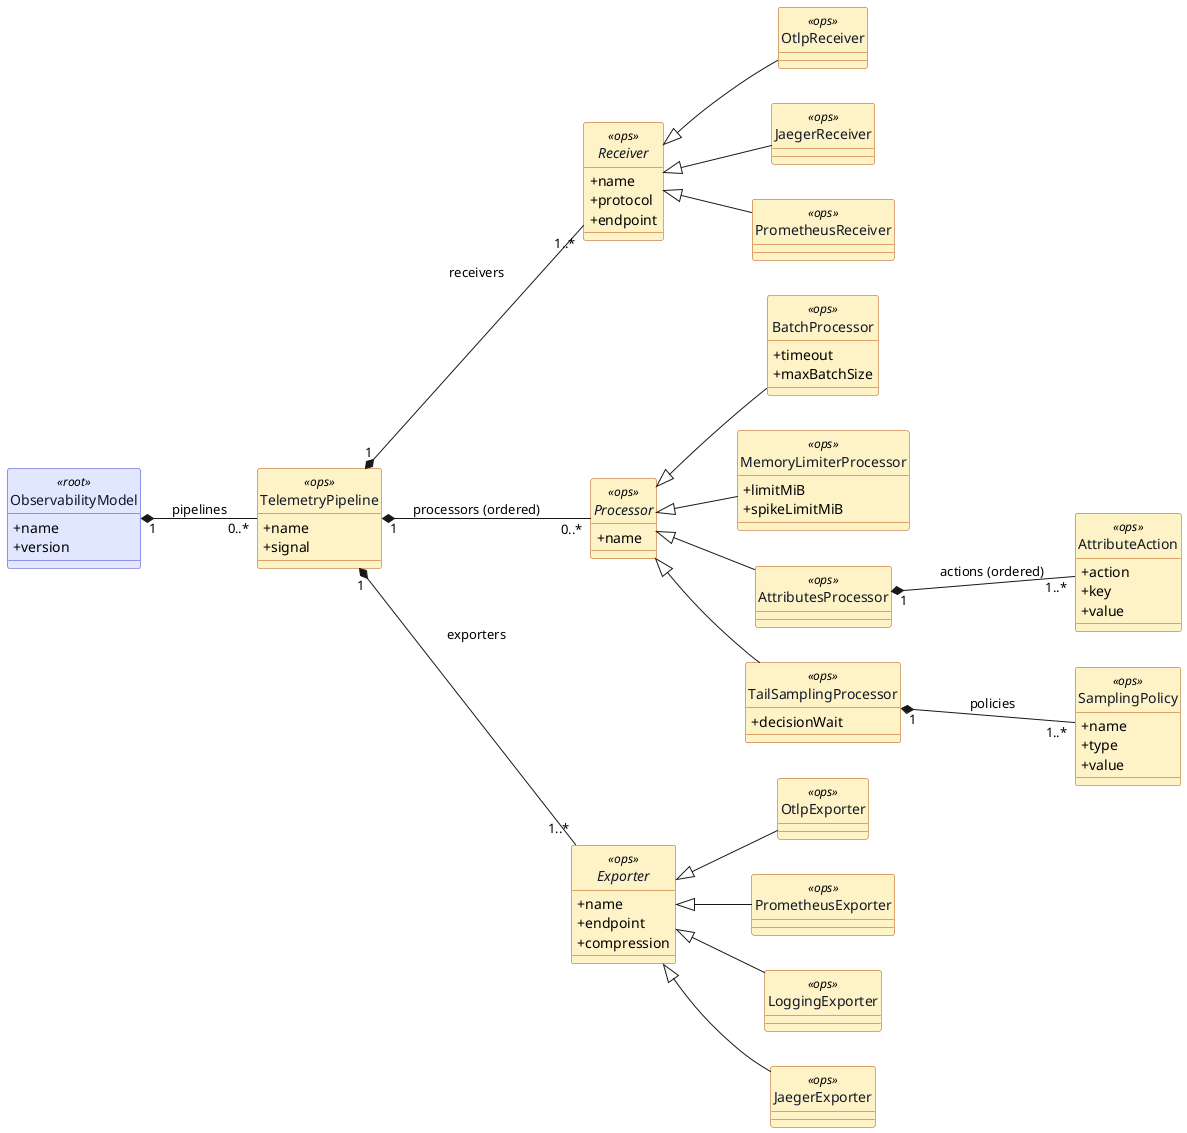
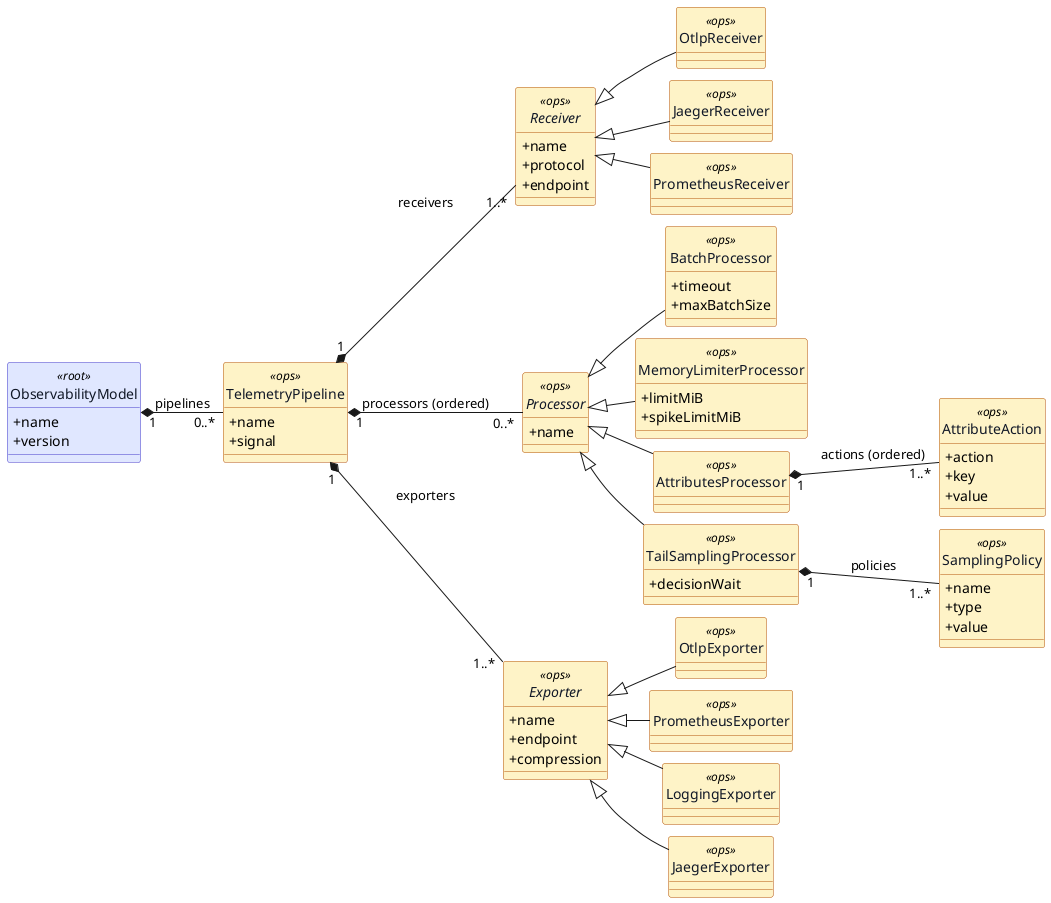
@startuml TelemetryPipelines
left to right direction
hide circle
skinparam classAttributeIconSize 0
skinparam shadowing false
+ skinparam nodesep 12
+ skinparam ranksep 25
skinparam class {
    BackgroundColor<<root>> #E0E7FF
    BorderColor<<root>>     #4338CA
    BackgroundColor<<ops>>  #FEF3C7
    BorderColor<<ops>>      #B45309
    FontColor               #111827
    HeaderBackgroundColor   transparent
}

class ObservabilityModel <<root>> {
    +name
    +version
}

class TelemetryPipeline <<ops>> {
    +name
    +signal
}

abstract class Receiver <<ops>> {
    +name
    +protocol
    +endpoint
}
class OtlpReceiver <<ops>>
class JaegerReceiver <<ops>>
class PrometheusReceiver <<ops>>

abstract class Processor <<ops>> {
    +name
}
class BatchProcessor <<ops>> {
    +timeout
    +maxBatchSize
}
class MemoryLimiterProcessor <<ops>> {
    +limitMiB
    +spikeLimitMiB
}
class AttributesProcessor <<ops>>
class TailSamplingProcessor <<ops>> {
    +decisionWait
}

abstract class Exporter <<ops>> {
    +name
    +endpoint
    +compression
}
class OtlpExporter <<ops>>
class PrometheusExporter <<ops>>
class LoggingExporter <<ops>>
class JaegerExporter <<ops>>

class AttributeAction <<ops>> {
    +action
    +key
    +value
}
class SamplingPolicy <<ops>> {
    +name
    +type
    +value
}

ObservabilityModel "1" *-- "0..*" TelemetryPipeline : pipelines

TelemetryPipeline "1" *-- "1..*" Receiver  : receivers
TelemetryPipeline "1" *-- "0..*" Processor : processors (ordered)
TelemetryPipeline "1" *-- "1..*" Exporter  : exporters

AttributesProcessor   "1" *-- "1..*" AttributeAction : actions (ordered)
TailSamplingProcessor "1" *-- "1..*" SamplingPolicy  : policies

Receiver <|-- OtlpReceiver
Receiver <|-- JaegerReceiver
Receiver <|-- PrometheusReceiver

Processor <|-- BatchProcessor
Processor <|-- MemoryLimiterProcessor
Processor <|-- AttributesProcessor
Processor <|-- TailSamplingProcessor

Exporter <|-- OtlpExporter
Exporter <|-- PrometheusExporter
Exporter <|-- LoggingExporter
Exporter <|-- JaegerExporter
@enduml
